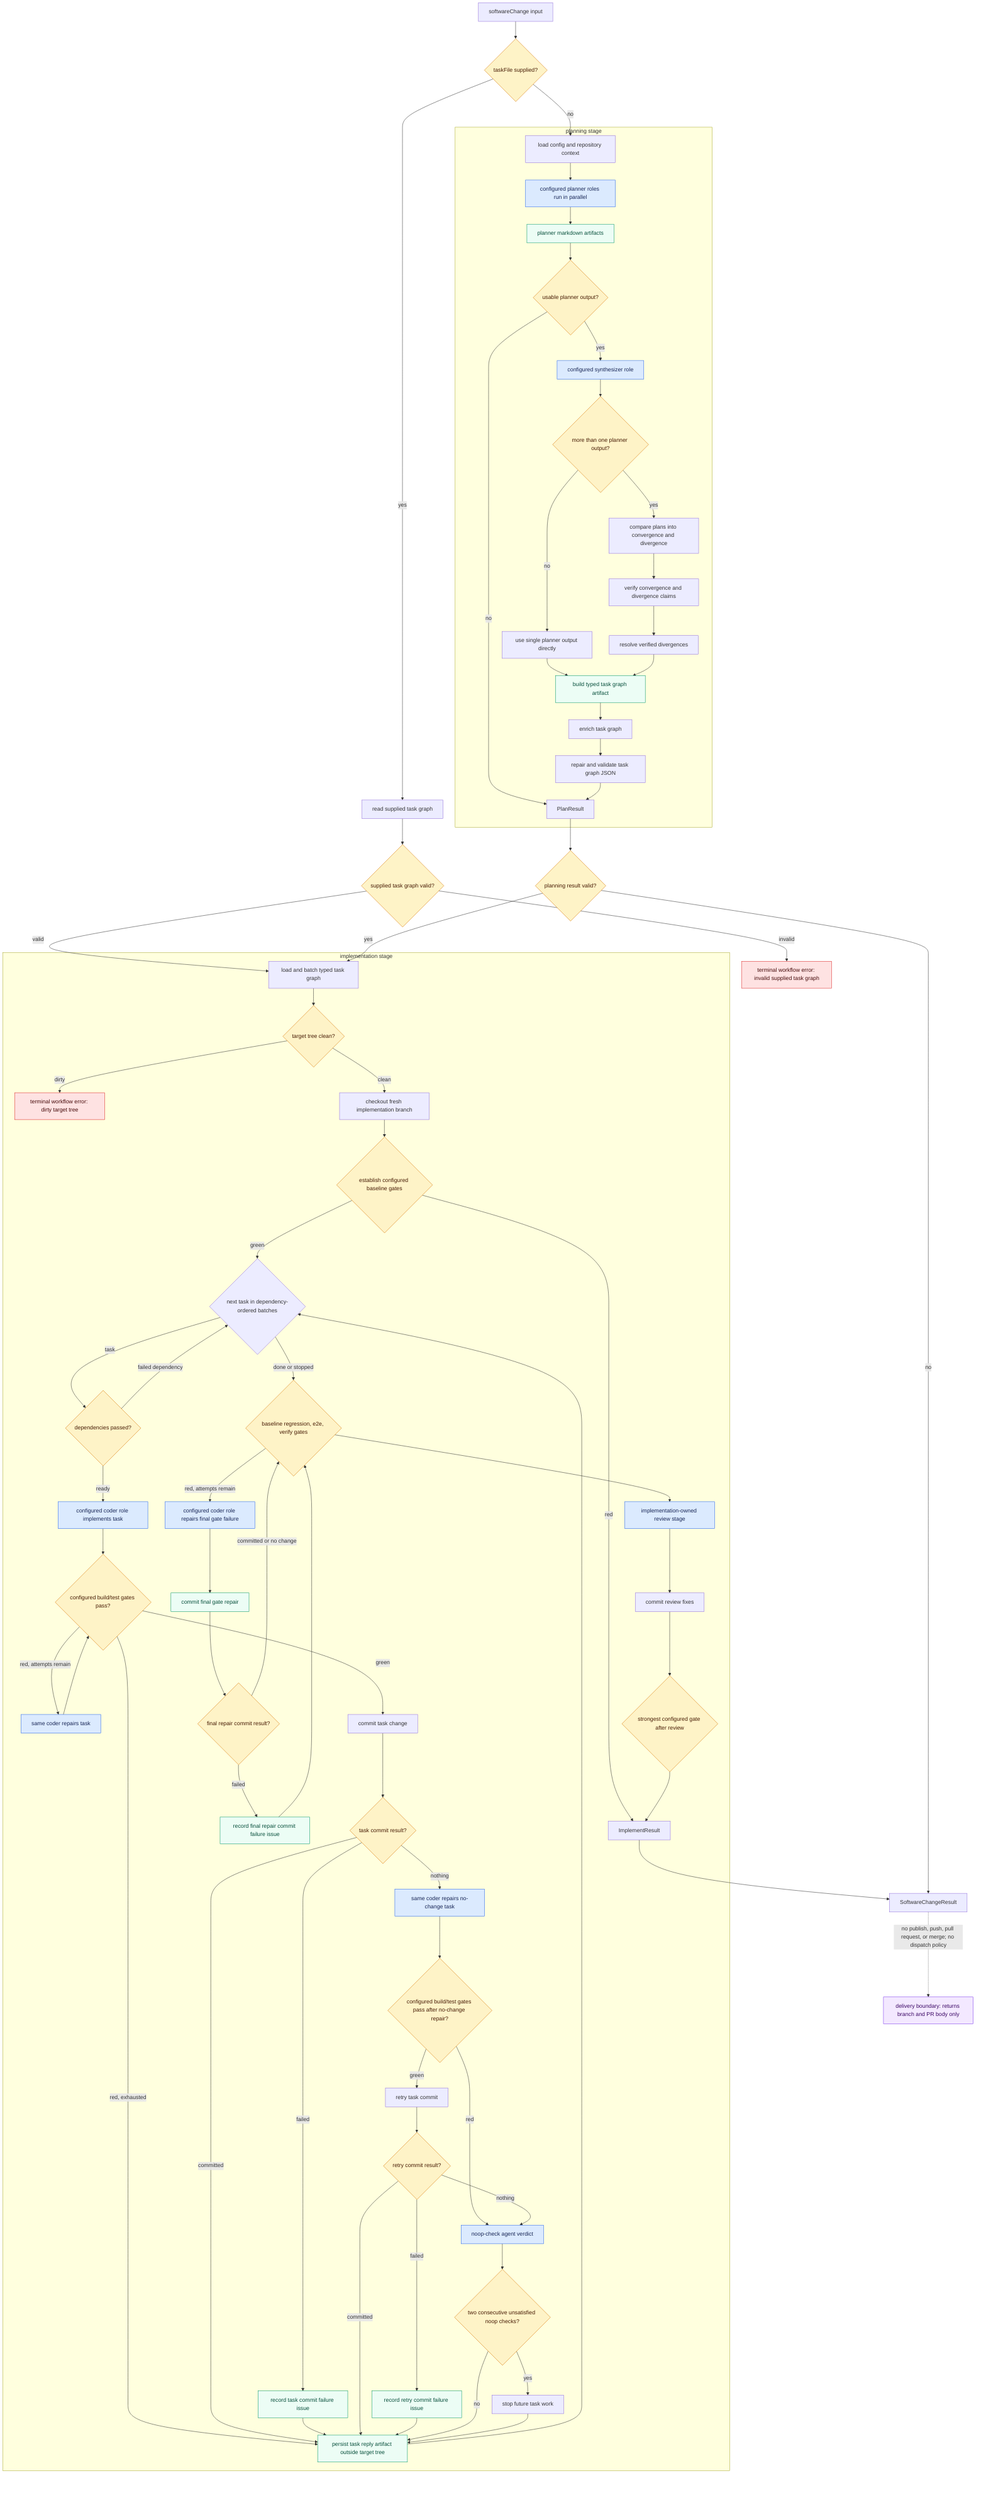
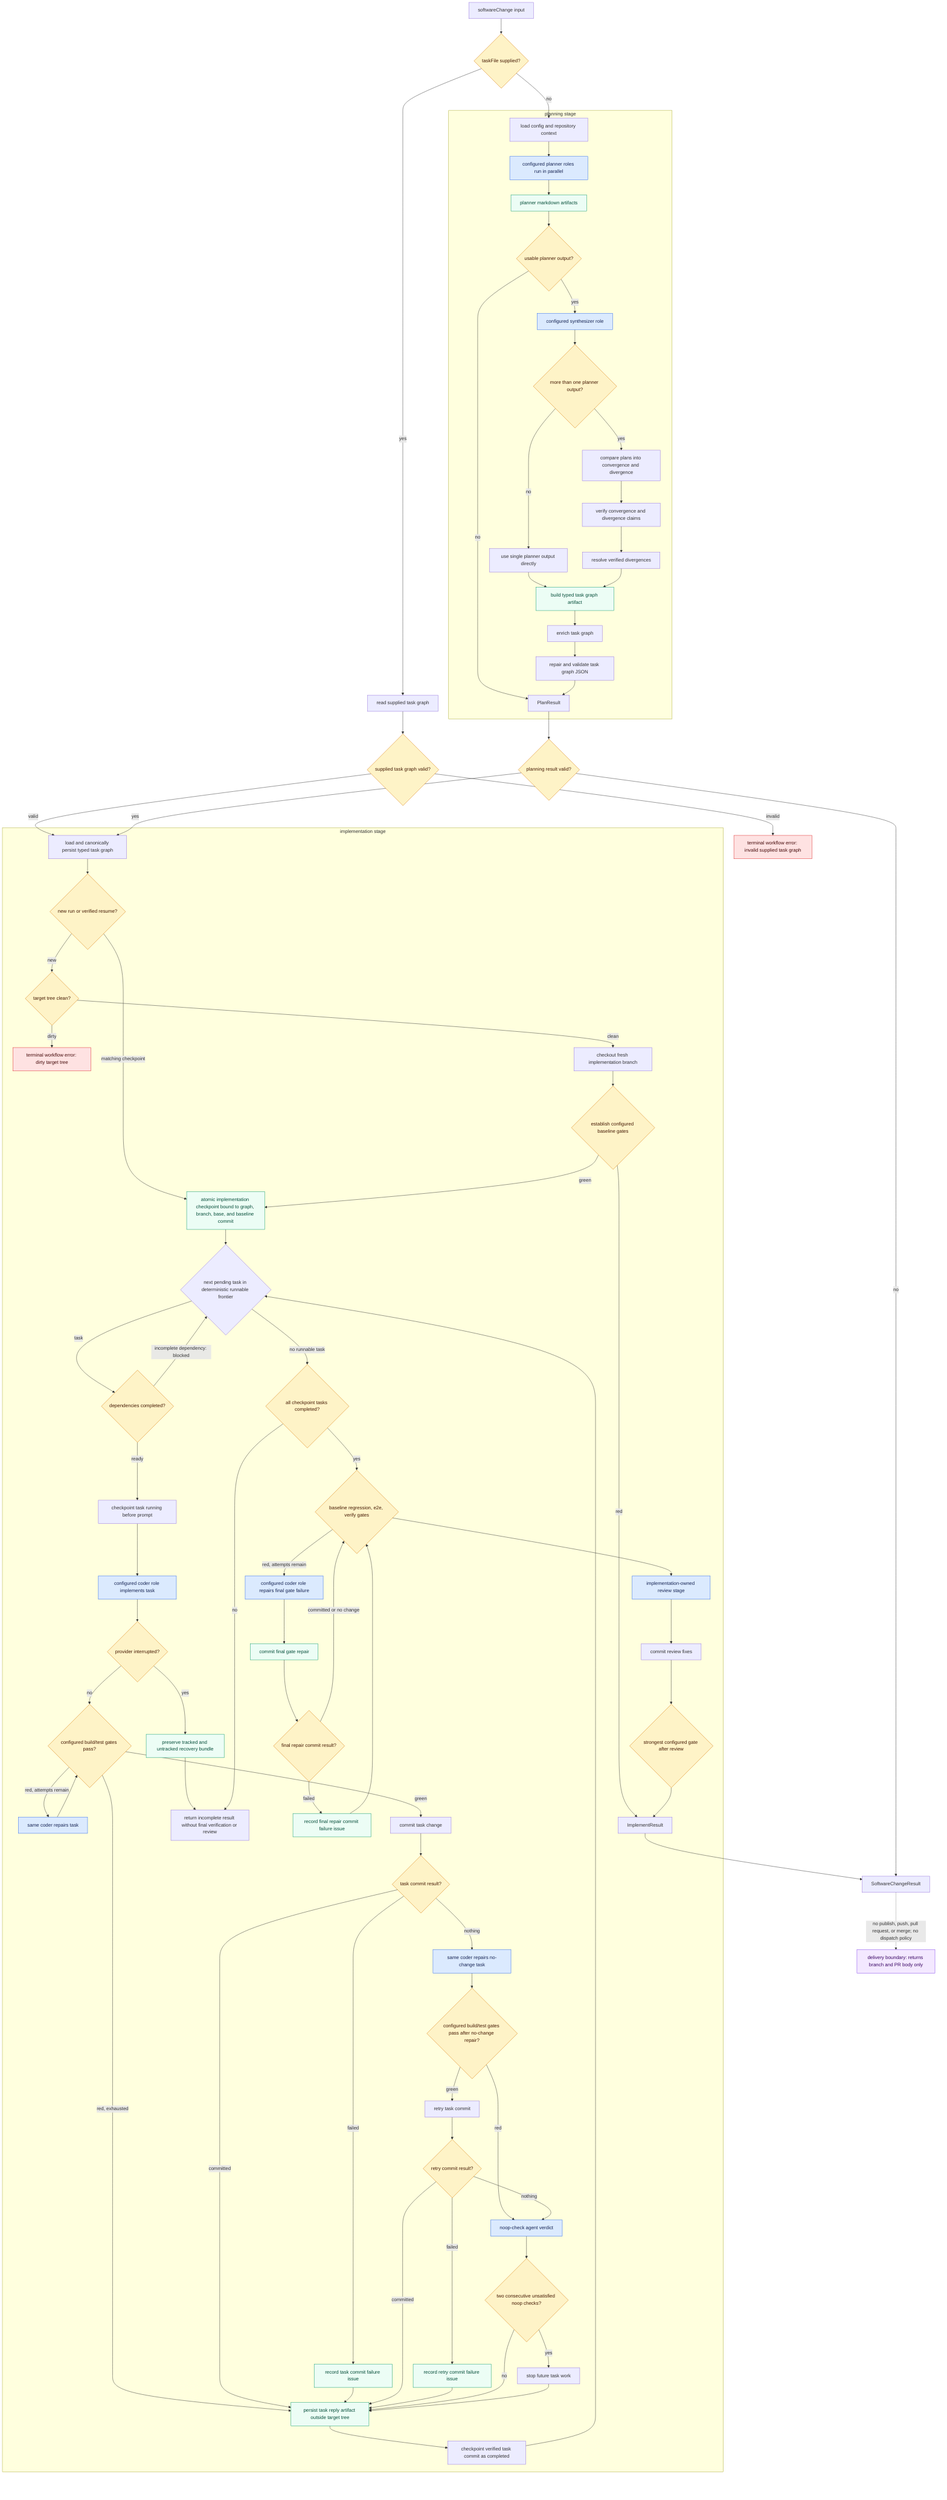
flowchart TD
  Input["softwareChange input"]
  TaskFile{"taskFile supplied?"}
  ExistingGraph["read supplied task graph"]
  SuppliedGraphValid{"supplied task graph valid?"}
  SuppliedGraphFailure["terminal workflow error: invalid supplied task graph"]
  Result["SoftwareChangeResult"]
  Delivery["delivery boundary: returns branch and PR body only"]

  Input --> TaskFile
  TaskFile -->|yes| ExistingGraph
  TaskFile -->|no| PlanConfig
  ExistingGraph --> SuppliedGraphValid
  SuppliedGraphValid -->|valid| LoadGraph
  SuppliedGraphValid -->|invalid| SuppliedGraphFailure

  subgraph Planning["planning stage"]
    PlanConfig["load config and repository context"]
    Planners["configured planner roles run in parallel"]
    PlannerArtifacts["planner markdown artifacts"]
    AnyPlan{"usable planner output?"}
    Synthesizer["configured synthesizer role"]
    MultiplePlans{"more than one planner output?"}
    SinglePlan["use single planner output directly"]
    Compare["compare plans into convergence and divergence"]
    VerifyClaims["verify convergence and divergence claims"]
    Resolve["resolve verified divergences"]
    BuildGraph["build typed task graph artifact"]
    Enrich["enrich task graph"]
    RepairGraph["repair and validate task graph JSON"]
    PlanResult["PlanResult"]

    PlanConfig --> Planners
    Planners --> PlannerArtifacts
    PlannerArtifacts --> AnyPlan
    AnyPlan -->|no| PlanResult
    AnyPlan -->|yes| Synthesizer
    Synthesizer --> MultiplePlans
    MultiplePlans -->|no| SinglePlan
    MultiplePlans -->|yes| Compare
    SinglePlan --> BuildGraph
    Compare --> VerifyClaims
    VerifyClaims --> Resolve
    Resolve --> BuildGraph
    BuildGraph --> Enrich
    Enrich --> RepairGraph
    RepairGraph --> PlanResult
  end

  PlanResult --> PlanValid{"planning result valid?"}
  PlanValid -->|no| Result
  PlanValid -->|yes| LoadGraph

  subgraph Implementation["implementation stage"]
-     LoadGraph["load and batch typed task graph"]
+     LoadGraph["load and canonically persist typed task graph"]
+     ImplementationCheckpoint["atomic implementation checkpoint bound to graph, branch, base, and baseline commit"]
+     ResumeGate{"new run or verified resume?"}
    CleanGate{"target tree clean?"}
    CleanFailure["terminal workflow error: dirty target tree"]
    Branch["checkout fresh implementation branch"]
    BaselineGate{"establish configured baseline gates"}
-     TaskLoop{"next task in dependency-ordered batches"}
-     DependencyGate{"dependencies passed?"}
+     TaskLoop{"next pending task in deterministic runnable frontier"}
+     DependencyGate{"dependencies completed?"}
+     Running["checkpoint task running before prompt"]
+     ProviderInterruption{"provider interrupted?"}
+     RecoveryBundle["preserve tracked and untracked recovery bundle"]
    Coder["configured coder role implements task"]
    TaskGate{"configured build/test gates pass?"}
    TaskRepair["same coder repairs task"]
    CommitTask["commit task change"]
    CommitResult{"task commit result?"}
    TaskCommitIssue["record task commit failure issue"]
    NoChangeRepair["same coder repairs no-change task"]
    NoChangeGate{"configured build/test gates pass after no-change repair?"}
    RetryCommit["retry task commit"]
    RetryCommitResult{"retry commit result?"}
    RetryCommitIssue["record retry commit failure issue"]
    NoopVerdict["noop-check agent verdict"]
    ConsecutiveNoop{"two consecutive unsatisfied noop checks?"}
    StopWork["stop future task work"]
    ReplyArtifact["persist task reply artifact outside target tree"]
+     Completed["checkpoint verified task commit as completed"]
+     AllCompleted{"all checkpoint tasks completed?"}
+     IncompleteResult["return incomplete result without final verification or review"]
    FinalGates{"baseline regression, e2e, verify gates"}
    FinalRepair["configured coder role repairs final gate failure"]
    ReviewStage["implementation-owned review stage"]
    ReviewCommit["commit review fixes"]
    StrongestGate{"strongest configured gate after review"}
    FinalRepairCommit["commit final gate repair"]
    FinalRepairCommitResult{"final repair commit result?"}
    FinalRepairCommitIssue["record final repair commit failure issue"]
    ImplementResult["ImplementResult"]

-     LoadGraph --> CleanGate
+     LoadGraph --> ResumeGate
+     ResumeGate -->|new| CleanGate
+     ResumeGate -->|matching checkpoint| ImplementationCheckpoint
    CleanGate -->|clean| Branch
    CleanGate -->|dirty| CleanFailure
    Branch --> BaselineGate
    BaselineGate -->|red| ImplementResult
-     BaselineGate -->|green| TaskLoop
+     BaselineGate -->|green| ImplementationCheckpoint
+     ImplementationCheckpoint --> TaskLoop
    TaskLoop -->|task| DependencyGate
-     DependencyGate -->|failed dependency| TaskLoop
-     DependencyGate -->|ready| Coder
-     Coder --> TaskGate
+     DependencyGate -->|incomplete dependency: blocked| TaskLoop
+     DependencyGate -->|ready| Running
+     Running --> Coder
+     Coder --> ProviderInterruption
+     ProviderInterruption -->|yes| RecoveryBundle
+     RecoveryBundle --> IncompleteResult
+     ProviderInterruption -->|no| TaskGate
    TaskGate -->|red, attempts remain| TaskRepair
    TaskRepair --> TaskGate
    TaskGate -->|red, exhausted| ReplyArtifact
    TaskGate -->|green| CommitTask
    CommitTask --> CommitResult
    CommitResult -->|committed| ReplyArtifact
    CommitResult -->|failed| TaskCommitIssue
    TaskCommitIssue --> ReplyArtifact
    CommitResult -->|nothing| NoChangeRepair
    NoChangeRepair --> NoChangeGate
    NoChangeGate -->|green| RetryCommit
    NoChangeGate -->|red| NoopVerdict
    RetryCommit --> RetryCommitResult
    RetryCommitResult -->|committed| ReplyArtifact
    RetryCommitResult -->|failed| RetryCommitIssue
    RetryCommitIssue --> ReplyArtifact
    RetryCommitResult -->|nothing| NoopVerdict
    NoopVerdict --> ConsecutiveNoop
    ConsecutiveNoop -->|no| ReplyArtifact
    ConsecutiveNoop -->|yes| StopWork
    StopWork --> ReplyArtifact
-     ReplyArtifact --> TaskLoop
-     TaskLoop -->|done or stopped| FinalGates
+     ReplyArtifact --> Completed
+     Completed --> TaskLoop
+     TaskLoop -->|no runnable task| AllCompleted
+     AllCompleted -->|no| IncompleteResult
+     AllCompleted -->|yes| FinalGates
    FinalGates -->|red, attempts remain| FinalRepair
    FinalRepair --> FinalRepairCommit
    FinalRepairCommit --> FinalRepairCommitResult
    FinalRepairCommitResult -->|committed or no change| FinalGates
    FinalRepairCommitResult -->|failed| FinalRepairCommitIssue
    FinalRepairCommitIssue --> FinalGates
    FinalGates --> ReviewStage
    ReviewStage --> ReviewCommit
    ReviewCommit --> StrongestGate
    StrongestGate --> ImplementResult
  end

  ImplementResult --> Result
  Result -. "no publish, push, pull request, or merge; no dispatch policy" .-> Delivery

  classDef agent fill:#dbeafe,stroke:#2563eb,color:#172554;
  classDef gate fill:#fef3c7,stroke:#d97706,color:#451a03;
  classDef artifact fill:#ecfdf5,stroke:#059669,color:#064e3b;
  classDef boundary fill:#f3e8ff,stroke:#7c3aed,color:#3b0764;
  classDef failure fill:#fee2e2,stroke:#dc2626,color:#450a0a;
  class Planners,Synthesizer,Coder,TaskRepair,NoChangeRepair,NoopVerdict,FinalRepair,ReviewStage agent;
-   class TaskFile,SuppliedGraphValid,AnyPlan,MultiplePlans,PlanValid,CleanGate,BaselineGate,DependencyGate,TaskGate,CommitResult,NoChangeGate,RetryCommitResult,ConsecutiveNoop,FinalGates,FinalRepairCommitResult,StrongestGate gate;
-   class PlannerArtifacts,BuildGraph,ReplyArtifact,TaskCommitIssue,RetryCommitIssue,FinalRepairCommit,FinalRepairCommitIssue artifact;
+   class TaskFile,SuppliedGraphValid,AnyPlan,MultiplePlans,PlanValid,ResumeGate,CleanGate,BaselineGate,DependencyGate,ProviderInterruption,TaskGate,CommitResult,NoChangeGate,RetryCommitResult,ConsecutiveNoop,AllCompleted,FinalGates,FinalRepairCommitResult,StrongestGate gate;
+   class PlannerArtifacts,BuildGraph,ImplementationCheckpoint,RecoveryBundle,ReplyArtifact,TaskCommitIssue,RetryCommitIssue,FinalRepairCommit,FinalRepairCommitIssue artifact;
  class Delivery boundary;
  class SuppliedGraphFailure,CleanFailure failure;
